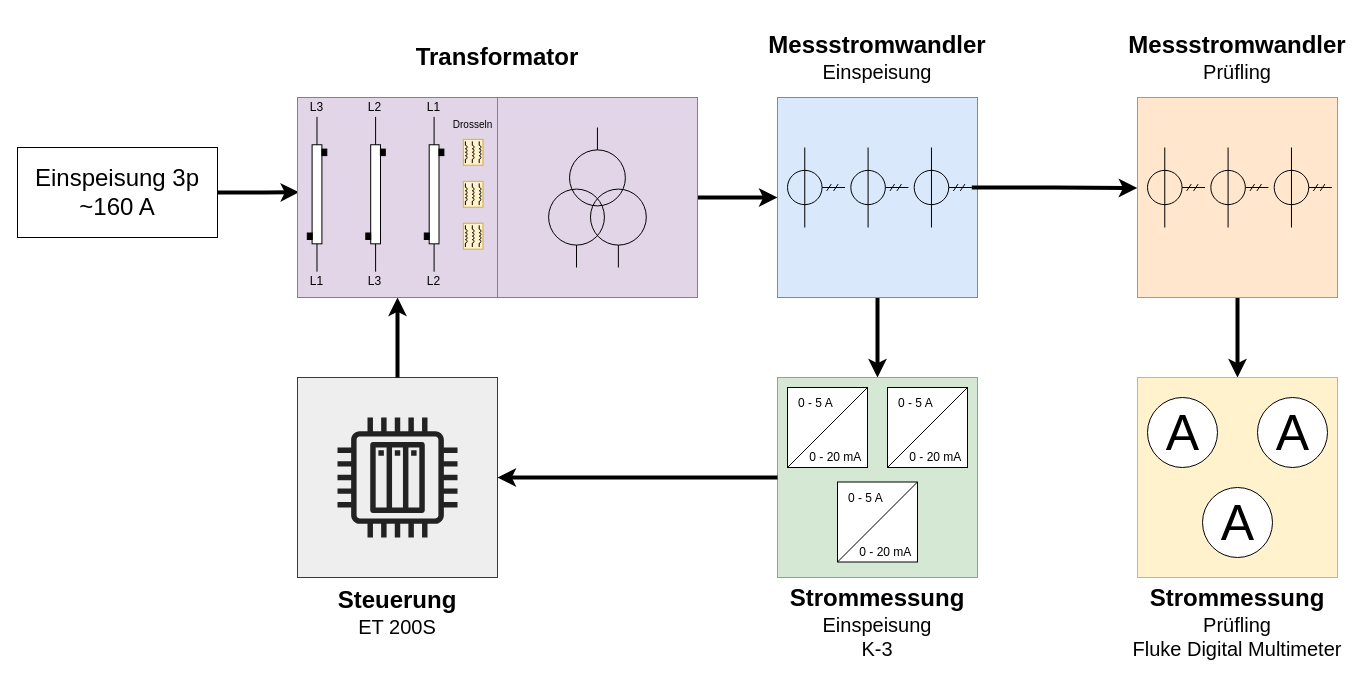
This is 03_Ressourcen/zeichnungen/aufbau_messstrecke..drawio from oliverschmidt99/Bachelorarbeit-Fremdfeldbeeinflussung-Messstromwandler, a draw.io file, before an edit. Source tidied: cells renumbered, new cells numbered last; positions are measured from the earlier drawing's top-left corner, leaving out a move shared by most shapes. Both pictures are drawn from the tidied source at 100%, with x=0, y=0 at pixel (17, 17).
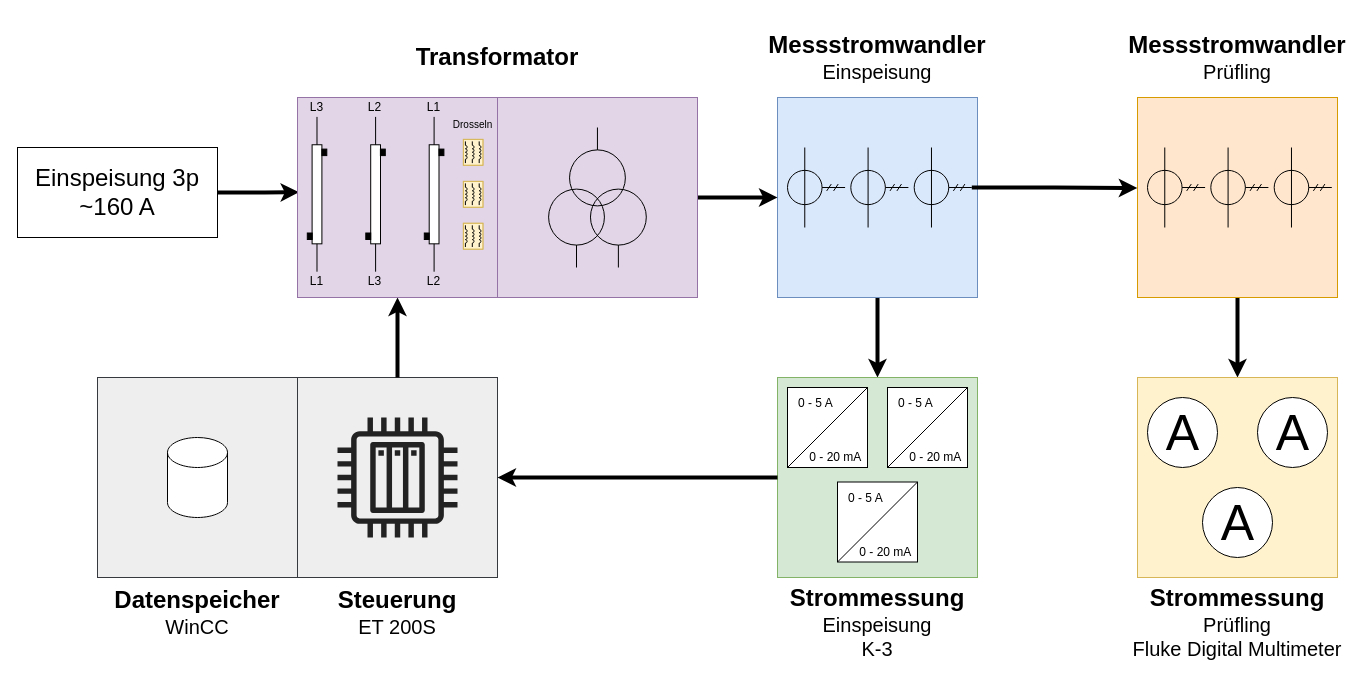
After the change.

Commit message (it also covers changes not shown here):
Add new diagrams and update existing documentation for high current test bench

Change to the diagram source:
```diff
@@
+    <mxCell id="84" style="group;" parent="1" vertex="1">
+      <mxGeometry x="80" y="360" width="200" height="270" as="geometry" />
+    </mxCell>
+    <mxCell id="85" style="whiteSpace=wrap;html=1;fillColor=#eeeeee;strokeColor=#36393d;" parent="84" vertex="1">
+      <mxGeometry width="200" height="200" as="geometry" />
+    </mxCell>
+    <mxCell id="86" value="&lt;b&gt;&lt;font style=&quot;font-size: 24px;&quot;&gt;Datenspeicher&lt;/font&gt;&lt;/b&gt;&lt;div&gt;&lt;span&gt;&lt;font style=&quot;font-size: 20px;&quot;&gt;WinCC&lt;/font&gt;&lt;/span&gt;&lt;/div&gt;" style="text;html=1;whiteSpace=wrap;strokeColor=none;fillColor=none;align=center;verticalAlign=middle;rounded=0;" parent="84" vertex="1">
+      <mxGeometry y="200" width="200" height="70" as="geometry" />
+    </mxCell>
+    <mxCell id="87" style="shape=cylinder3;whiteSpace=wrap;html=1;boundedLbl=1;backgroundOutline=1;size=15;fontFamily=Helvetica;fontSize=11;fontColor=default;labelBackgroundColor=default;" parent="84" vertex="1">
+      <mxGeometry x="70" y="60" width="60" height="80" as="geometry" />
+    </mxCell>
```
